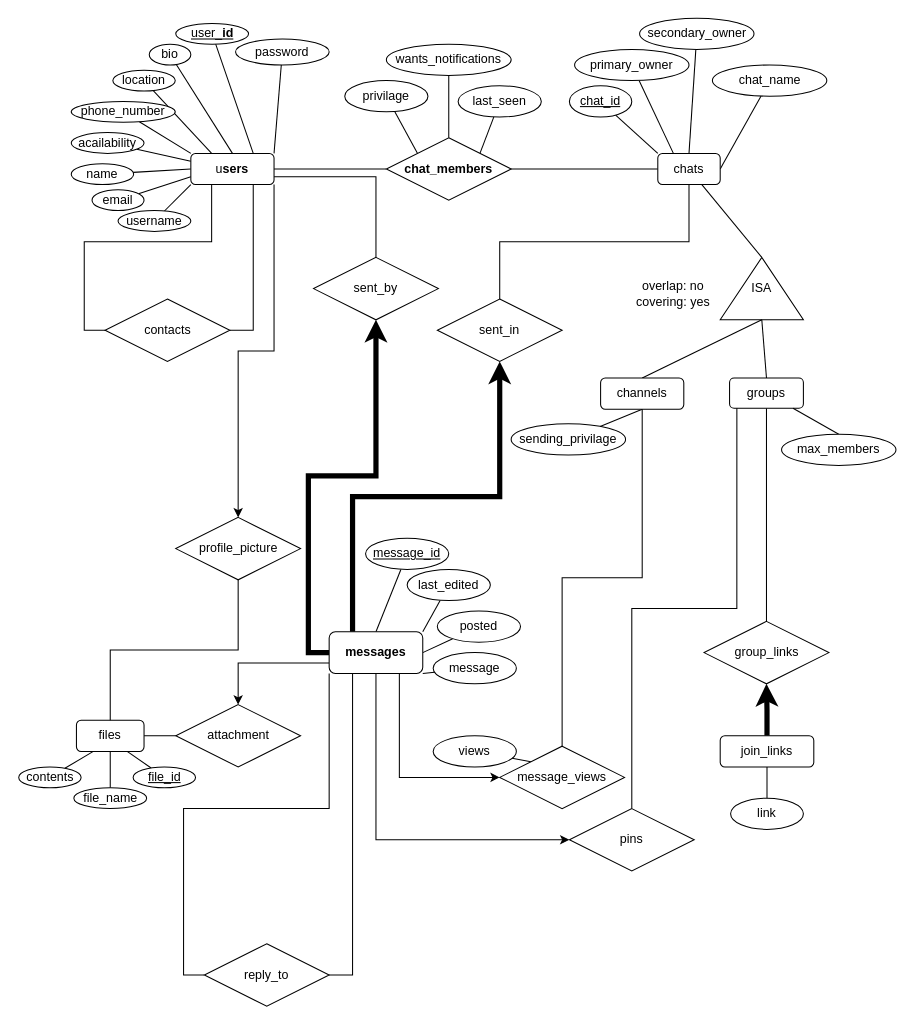
Before: ER Diagram.drawio in ParkerTenBroeck/COSC_3P32, a draw.io diagram. Source tidied: cells renumbered, new cells numbered last; positions are measured from the earlier drawing's top-left corner, leaving out a move shared by most shapes. Both pictures are drawn from the tidied source at 104%, with x=0, y=0 at pixel (18, 18).
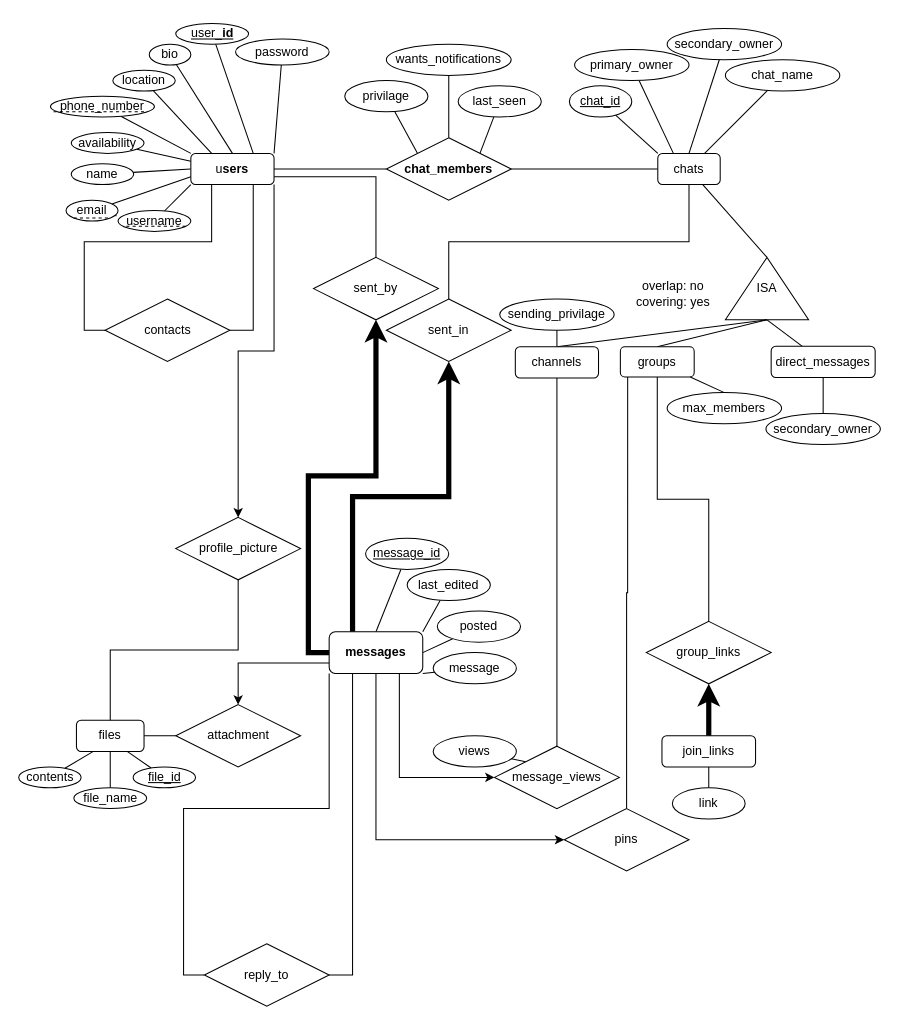
The same diagram, later.

Unchanged cells that the change refers to:
```xml
<mxCell id="36" value="chats" style="rounded=1;whiteSpace=wrap;html=1;" parent="1" vertex="1">
  <mxGeometry x="615" y="130" width="60" height="30" as="geometry" />
</mxCell>
```

The edit, as a diff of the source:
```diff
@@
     <mxCell id="24" value="phone_number" style="ellipse;whiteSpace=wrap;html=1;" parent="1" vertex="1">
-      <mxGeometry x="51" y="80" width="100" height="20" as="geometry" />
+      <mxGeometry x="31" y="75" width="100" height="20" as="geometry" />
     </mxCell>
@@
-    <mxCell id="26" value="email" style="ellipse;whiteSpace=wrap;html=1;" parent="1" vertex="1">
-      <mxGeometry x="71" y="165" width="50" height="20" as="geometry" />
-    </mxCell>
@@
-    <mxCell id="28" value="acailability" style="ellipse;whiteSpace=wrap;html=1;" parent="1" vertex="1">
+    <mxCell id="28" value="availability" style="ellipse;whiteSpace=wrap;html=1;" parent="1" vertex="1">
       <mxGeometry x="51" y="110" width="70" height="20" as="geometry" />
     </mxCell>
-    <mxCell id="29" value="username" style="ellipse;whiteSpace=wrap;html=1;" parent="1" vertex="1">
+    <mxCell id="29" value="username" style="ellipse;whiteSpace=wrap;html=1;fontStyle=0;" parent="1" vertex="1">
       <mxGeometry x="96" y="185" width="70" height="20" as="geometry" />
     </mxCell>
@@
-    <mxCell id="34" style="rounded=0;jettySize=auto;html=1;exitX=1;exitY=0.5;exitDx=0;exitDy=0;endArrow=none;endFill=0;" parent="1" edge="1" source="36" target="41">
+    <mxCell id="34" style="rounded=0;jettySize=auto;html=1;exitX=0.75;exitY=0;exitDx=0;exitDy=0;endArrow=none;endFill=0;" parent="1" edge="1" source="36" target="41">
       <mxGeometry relative="1" as="geometry" />
     </mxCell>
@@
     <mxCell id="39" value="secondary_owner" style="ellipse;whiteSpace=wrap;html=1;" parent="1" vertex="1">
-      <mxGeometry x="597.5" width="110" height="30" as="geometry" />
+      <mxGeometry x="624" y="10" width="110" height="30" as="geometry" />
     </mxCell>
     <mxCell id="40" value="sending_privilage" style="ellipse;whiteSpace=wrap;html=1;" parent="1" vertex="1">
-      <mxGeometry x="474" y="390" width="110" height="30" as="geometry" />
+      <mxGeometry x="463" y="270" width="110" height="30" as="geometry" />
     </mxCell>
     <mxCell id="41" value="chat_name" style="ellipse;whiteSpace=wrap;html=1;" parent="1" vertex="1">
-      <mxGeometry x="667.5" y="45" width="110" height="30" as="geometry" />
+      <mxGeometry x="680" y="40" width="110" height="30" as="geometry" />
     </mxCell>
@@
     <mxCell id="57" value="sent_in" style="shape=rhombus;perimeter=rhombusPerimeter;whiteSpace=wrap;html=1;align=center;" parent="1" vertex="1">
-      <mxGeometry x="403" y="270" width="120" height="60" as="geometry" />
+      <mxGeometry x="354" y="270" width="120" height="60" as="geometry" />
     </mxCell>
@@
+    <mxCell id="98" style="rounded=0;jettySize=auto;html=1;exitX=0;exitY=0.5;exitDx=0;exitDy=0;endArrow=none;endFill=0;" parent="1" edge="1" source="77" target="103">
+      <mxGeometry relative="1" as="geometry" />
+    </mxCell>
     <mxCell id="77" value="ISA" style="triangle;whiteSpace=wrap;html=1;direction=north;" parent="1" vertex="1">
-      <mxGeometry x="675" y="230" width="80" height="60" as="geometry" />
+      <mxGeometry x="680" y="230" width="80" height="60" as="geometry" />
     </mxCell>
@@
     <mxCell id="81" value="groups" style="rounded=1;whiteSpace=wrap;html=1;" parent="1" vertex="1">
-      <mxGeometry x="684" y="346" width="71" height="29" as="geometry" />
+      <mxGeometry x="579" y="316" width="71" height="29" as="geometry" />
     </mxCell>
@@
     <mxCell id="84" value="channels" style="rounded=1;whiteSpace=wrap;html=1;" parent="1" vertex="1">
-      <mxGeometry x="560" y="346" width="80" height="30" as="geometry" />
+      <mxGeometry x="478" y="316" width="80" height="30" as="geometry" />
     </mxCell>
@@
     <mxCell id="86" value="max_members" style="ellipse;whiteSpace=wrap;html=1;" parent="1" vertex="1">
-      <mxGeometry x="734" y="400" width="110" height="30" as="geometry" />
+      <mxGeometry x="624" y="360" width="110" height="30" as="geometry" />
     </mxCell>
@@
     <mxCell id="88" value="pins" style="shape=rhombus;perimeter=rhombusPerimeter;whiteSpace=wrap;html=1;align=center;" parent="1" vertex="1">
-      <mxGeometry x="530" y="760" width="120" height="60" as="geometry" />
+      <mxGeometry x="525" y="760" width="120" height="60" as="geometry" />
     </mxCell>
@@
     <mxCell id="91" value="message_views" style="shape=rhombus;perimeter=rhombusPerimeter;whiteSpace=wrap;html=1;align=center;" parent="1" vertex="1">
-      <mxGeometry x="463" y="700" width="120" height="60" as="geometry" />
+      <mxGeometry x="458" y="700" width="120" height="60" as="geometry" />
     </mxCell>
@@
     <mxCell id="93" value="join_links" style="rounded=1;whiteSpace=wrap;html=1;" parent="1" vertex="1">
-      <mxGeometry x="675" y="690" width="90" height="30" as="geometry" />
+      <mxGeometry x="619" y="690" width="90" height="30" as="geometry" />
     </mxCell>
@@
     <mxCell id="95" value="link" style="ellipse;whiteSpace=wrap;html=1;" parent="1" vertex="1">
-      <mxGeometry x="685" y="750" width="70" height="30" as="geometry" />
+      <mxGeometry x="629" y="740" width="70" height="30" as="geometry" />
     </mxCell>
     <mxCell id="96" value="group_links" style="shape=rhombus;perimeter=rhombusPerimeter;whiteSpace=wrap;html=1;align=center;" parent="1" vertex="1">
-      <mxGeometry x="659.5" y="580" width="120" height="60" as="geometry" />
+      <mxGeometry x="604" y="580" width="120" height="60" as="geometry" />
     </mxCell>
@@
+    <mxCell id="99" style="endArrow=none;dashed=1;html=1;rounded=0;entryX=0.971;entryY=0.75;entryDx=0;entryDy=0;entryPerimeter=0;" parent="1" edge="1" target="29">
+      <mxGeometry relative="1" as="geometry">
+        <mxPoint x="104" y="200" as="sourcePoint" />
+      </mxGeometry>
+    </mxCell>
+    <mxCell id="100" style="endArrow=none;dashed=1;html=1;rounded=0;entryX=0.971;entryY=0.75;entryDx=0;entryDy=0;entryPerimeter=0;" parent="1" edge="1" target="26">
+      <mxGeometry relative="1" as="geometry">
+        <mxPoint x="51" y="184.5" as="sourcePoint" />
+      </mxGeometry>
+    </mxCell>
+    <mxCell id="26" value="email" style="ellipse;whiteSpace=wrap;html=1;" parent="1" vertex="1">
+      <mxGeometry x="46" y="175" width="50" height="20" as="geometry" />
+    </mxCell>
+    <mxCell id="101" style="endArrow=none;dashed=1;html=1;rounded=0;entryX=1;entryY=1;entryDx=0;entryDy=0;exitX=0;exitY=1;exitDx=0;exitDy=0;" parent="1" edge="1" source="26" target="26">
+      <mxGeometry relative="1" as="geometry" />
+    </mxCell>
+    <mxCell id="102" style="endArrow=none;dashed=1;html=1;rounded=0;" parent="1" edge="1">
+      <mxGeometry relative="1" as="geometry">
+        <mxPoint x="34" y="90" as="sourcePoint" />
+        <mxPoint x="124" y="90" as="targetPoint" />
+      </mxGeometry>
+    </mxCell>
+    <mxCell id="103" value="direct_messages" style="rounded=1;whiteSpace=wrap;html=1;" parent="1" vertex="1">
+      <mxGeometry x="724" y="315.5" width="100" height="30" as="geometry" />
+    </mxCell>
+    <mxCell id="104" style="rounded=0;jettySize=auto;html=1;endArrow=none;endFill=0;" parent="1" edge="1" source="105" target="103">
+      <mxGeometry relative="1" as="geometry" />
+    </mxCell>
+    <mxCell id="105" value="secondary_owner" style="ellipse;whiteSpace=wrap;html=1;" parent="1" vertex="1">
+      <mxGeometry x="719" y="380" width="110" height="30" as="geometry" />
+    </mxCell>
```
